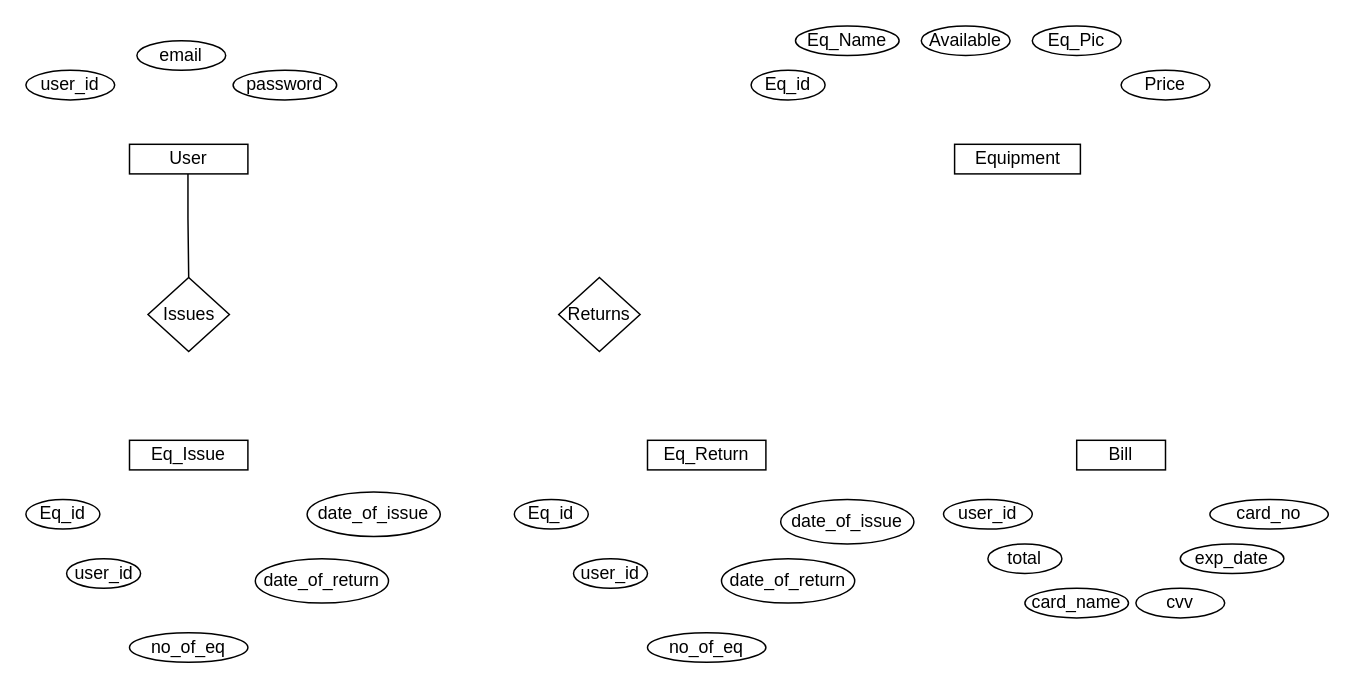
Above: ER Diagram.drawio in AmoolKul/dbms (draw.io), before the change. Source tidied: cells renumbered, new cells numbered last; positions are measured from the earlier drawing's top-left corner, leaving out a move shared by most shapes. Both pictures are drawn from the tidied source at 148%, with x=0, y=0 at pixel (25, 25).
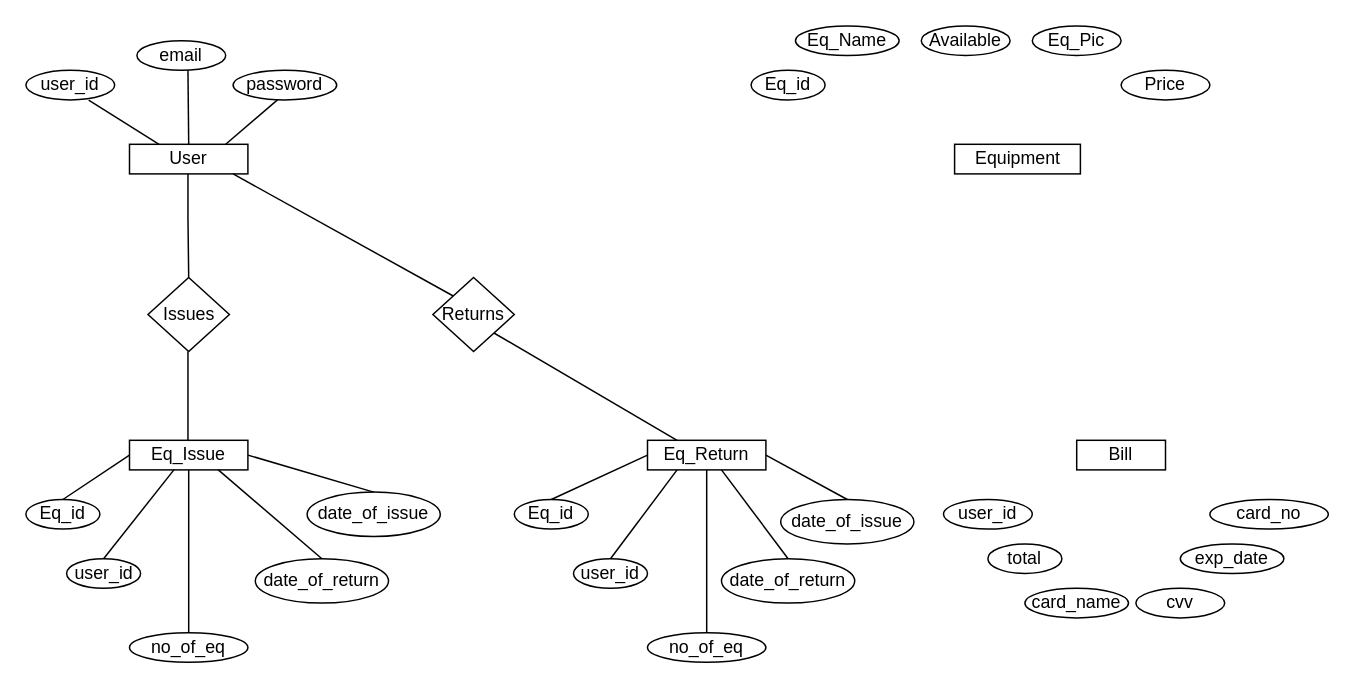
Above is the later version.

The change refers to these unchanged cells:
```xml
<mxCell id="5" value="user_id" style="ellipse;whiteSpace=wrap;html=1;" parent="1" vertex="1">
  <mxGeometry y="30" width="60" height="20" as="geometry" />
</mxCell>
<mxCell id="13" value="Eq_Issue" style="rounded=0;whiteSpace=wrap;html=1;" parent="1" vertex="1">
  <mxGeometry x="70" y="280" width="80" height="20" as="geometry" />
</mxCell>
<mxCell id="14" value="Eq_id" style="ellipse;whiteSpace=wrap;html=1;" parent="1" vertex="1">
  <mxGeometry y="320" width="50" height="20" as="geometry" />
</mxCell>
<mxCell id="15" value="user_id" style="ellipse;whiteSpace=wrap;html=1;" parent="1" vertex="1">
  <mxGeometry x="27.5" y="360" width="50" height="20" as="geometry" />
</mxCell>
<mxCell id="16" value="date_of_issue" style="ellipse;whiteSpace=wrap;html=1;" parent="1" vertex="1">
  <mxGeometry x="190" y="315" width="90" height="30" as="geometry" />
</mxCell>
<mxCell id="17" value="date_of_return" style="ellipse;whiteSpace=wrap;html=1;" parent="1" vertex="1">
  <mxGeometry x="155" y="360" width="90" height="30" as="geometry" />
</mxCell>
<mxCell id="18" value="no_of_eq" style="ellipse;whiteSpace=wrap;html=1;" parent="1" vertex="1">
  <mxGeometry x="70" y="410" width="80" height="20" as="geometry" />
</mxCell>
<mxCell id="19" value="Eq_Return" style="rounded=0;whiteSpace=wrap;html=1;" parent="1" vertex="1">
  <mxGeometry x="420" y="280" width="80" height="20" as="geometry" />
</mxCell>
<mxCell id="20" value="Eq_id" style="ellipse;whiteSpace=wrap;html=1;" parent="1" vertex="1">
  <mxGeometry x="330" y="320" width="50" height="20" as="geometry" />
</mxCell>
<mxCell id="21" value="user_id" style="ellipse;whiteSpace=wrap;html=1;" parent="1" vertex="1">
  <mxGeometry x="370" y="360" width="50" height="20" as="geometry" />
</mxCell>
<mxCell id="22" value="no_of_eq" style="ellipse;whiteSpace=wrap;html=1;" parent="1" vertex="1">
  <mxGeometry x="420" y="410" width="80" height="20" as="geometry" />
</mxCell>
<mxCell id="23" value="date_of_return" style="ellipse;whiteSpace=wrap;html=1;" parent="1" vertex="1">
  <mxGeometry x="470" y="360" width="90" height="30" as="geometry" />
</mxCell>
<mxCell id="24" value="date_of_issue" style="ellipse;whiteSpace=wrap;html=1;" parent="1" vertex="1">
  <mxGeometry x="510" y="320" width="90" height="30" as="geometry" />
</mxCell>
```

Change to the diagram source:
```diff
@@
     <mxCell id="25" value="Returns" style="rhombus;whiteSpace=wrap;html=1;" parent="1" vertex="1">
-      <mxGeometry x="360" y="170" width="55" height="50" as="geometry" />
+      <mxGeometry x="275" y="170" width="55" height="50" as="geometry" />
     </mxCell>
@@
+    <mxCell id="34" style="endArrow=none;html=1;rounded=0;entryX=0.707;entryY=1.01;entryDx=0;entryDy=0;entryPerimeter=0;" parent="1" edge="1" target="5">
+      <mxGeometry relative="1" as="geometry">
+        <mxPoint x="90" y="80" as="sourcePoint" />
+      </mxGeometry>
+    </mxCell>
+    <mxCell id="35" style="endArrow=none;html=1;rounded=0;" parent="1" edge="1">
+      <mxGeometry relative="1" as="geometry">
+        <mxPoint x="110" y="80" as="sourcePoint" />
+        <mxPoint x="109.5" y="30" as="targetPoint" />
+      </mxGeometry>
+    </mxCell>
+    <mxCell id="36" style="endArrow=none;html=1;rounded=0;" parent="1" edge="1">
+      <mxGeometry relative="1" as="geometry">
+        <mxPoint x="135" y="80" as="sourcePoint" />
+        <mxPoint x="170" y="50" as="targetPoint" />
+      </mxGeometry>
+    </mxCell>
+    <mxCell id="37" style="endArrow=none;html=1;rounded=0;" parent="1" edge="1">
+      <mxGeometry relative="1" as="geometry">
+        <mxPoint x="109.5" y="280" as="sourcePoint" />
+        <mxPoint x="109.5" y="220" as="targetPoint" />
+      </mxGeometry>
+    </mxCell>
+    <mxCell id="38" style="endArrow=none;html=1;rounded=0;" parent="1" edge="1" source="18">
+      <mxGeometry relative="1" as="geometry">
+        <mxPoint x="110" y="300" as="targetPoint" />
+      </mxGeometry>
+    </mxCell>
+    <mxCell id="39" style="endArrow=none;html=1;rounded=0;exitX=0.5;exitY=0;exitDx=0;exitDy=0;" parent="1" edge="1" source="14">
+      <mxGeometry relative="1" as="geometry">
+        <mxPoint x="70" y="290" as="targetPoint" />
+      </mxGeometry>
+    </mxCell>
+    <mxCell id="40" style="endArrow=none;html=1;rounded=0;exitX=0.5;exitY=0;exitDx=0;exitDy=0;" parent="1" edge="1" source="15">
+      <mxGeometry relative="1" as="geometry">
+        <mxPoint x="100" y="300" as="targetPoint" />
+      </mxGeometry>
+    </mxCell>
+    <mxCell id="41" style="endArrow=none;html=1;rounded=0;exitX=0.5;exitY=0;exitDx=0;exitDy=0;entryX=0.75;entryY=1;entryDx=0;entryDy=0;" parent="1" edge="1" source="17" target="13">
+      <mxGeometry relative="1" as="geometry" />
+    </mxCell>
+    <mxCell id="42" style="endArrow=none;html=1;rounded=0;entryX=0.5;entryY=0;entryDx=0;entryDy=0;" parent="1" edge="1" target="16">
+      <mxGeometry relative="1" as="geometry">
+        <mxPoint x="150" y="290" as="sourcePoint" />
+      </mxGeometry>
+    </mxCell>
+    <mxCell id="43" style="endArrow=none;html=1;rounded=0;exitX=0;exitY=0;exitDx=0;exitDy=0;" parent="1" edge="1" source="25">
+      <mxGeometry relative="1" as="geometry">
+        <mxPoint x="140" y="100" as="targetPoint" />
+      </mxGeometry>
+    </mxCell>
+    <mxCell id="44" style="endArrow=none;html=1;rounded=0;entryX=1;entryY=1;entryDx=0;entryDy=0;exitX=0.25;exitY=0;exitDx=0;exitDy=0;" parent="1" edge="1" source="19" target="25">
+      <mxGeometry relative="1" as="geometry" />
+    </mxCell>
+    <mxCell id="45" style="endArrow=none;html=1;rounded=0;exitX=0.5;exitY=0;exitDx=0;exitDy=0;" parent="1" edge="1" source="20">
+      <mxGeometry relative="1" as="geometry">
+        <mxPoint x="420" y="290" as="targetPoint" />
+      </mxGeometry>
+    </mxCell>
+    <mxCell id="46" style="endArrow=none;html=1;rounded=0;exitX=0.5;exitY=0;exitDx=0;exitDy=0;" parent="1" edge="1" source="21">
+      <mxGeometry relative="1" as="geometry">
+        <mxPoint x="440" y="300" as="targetPoint" />
+      </mxGeometry>
+    </mxCell>
+    <mxCell id="47" style="endArrow=none;html=1;rounded=0;exitX=0.5;exitY=0;exitDx=0;exitDy=0;entryX=0.5;entryY=1;entryDx=0;entryDy=0;" parent="1" edge="1" source="22" target="19">
+      <mxGeometry relative="1" as="geometry" />
+    </mxCell>
+    <mxCell id="48" style="endArrow=none;html=1;rounded=0;exitX=0.5;exitY=0;exitDx=0;exitDy=0;" parent="1" edge="1" source="23">
+      <mxGeometry relative="1" as="geometry">
+        <mxPoint x="470" y="300" as="targetPoint" />
+      </mxGeometry>
+    </mxCell>
+    <mxCell id="49" style="endArrow=none;html=1;rounded=0;exitX=0.5;exitY=0;exitDx=0;exitDy=0;" parent="1" edge="1" source="24">
+      <mxGeometry relative="1" as="geometry">
+        <mxPoint x="500" y="290" as="targetPoint" />
+      </mxGeometry>
+    </mxCell>
```
